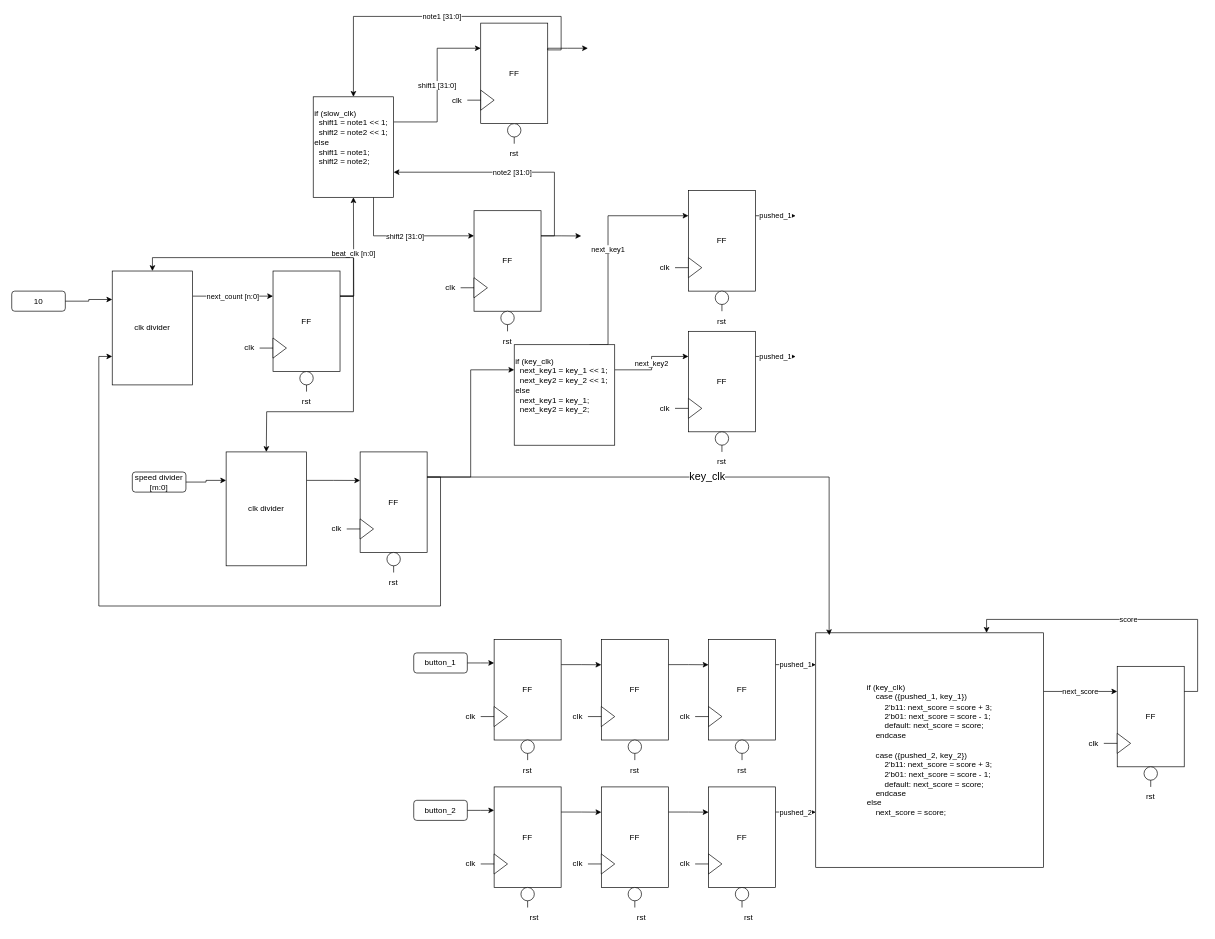
This is Untitled Diagram.drawio from chepemike25/STARS-RTL-desgin-Mike-Shresth-Claire-Jakob-w-Fahad-2.0, a draw.io file, before an edit. Source tidied: cells renumbered, new cells numbered last; positions are measured from the earlier drawing's top-left corner, leaving out a move shared by most shapes. Both pictures are drawn from the tidied source at 67%, with x=0, y=0 at pixel (11, 16).
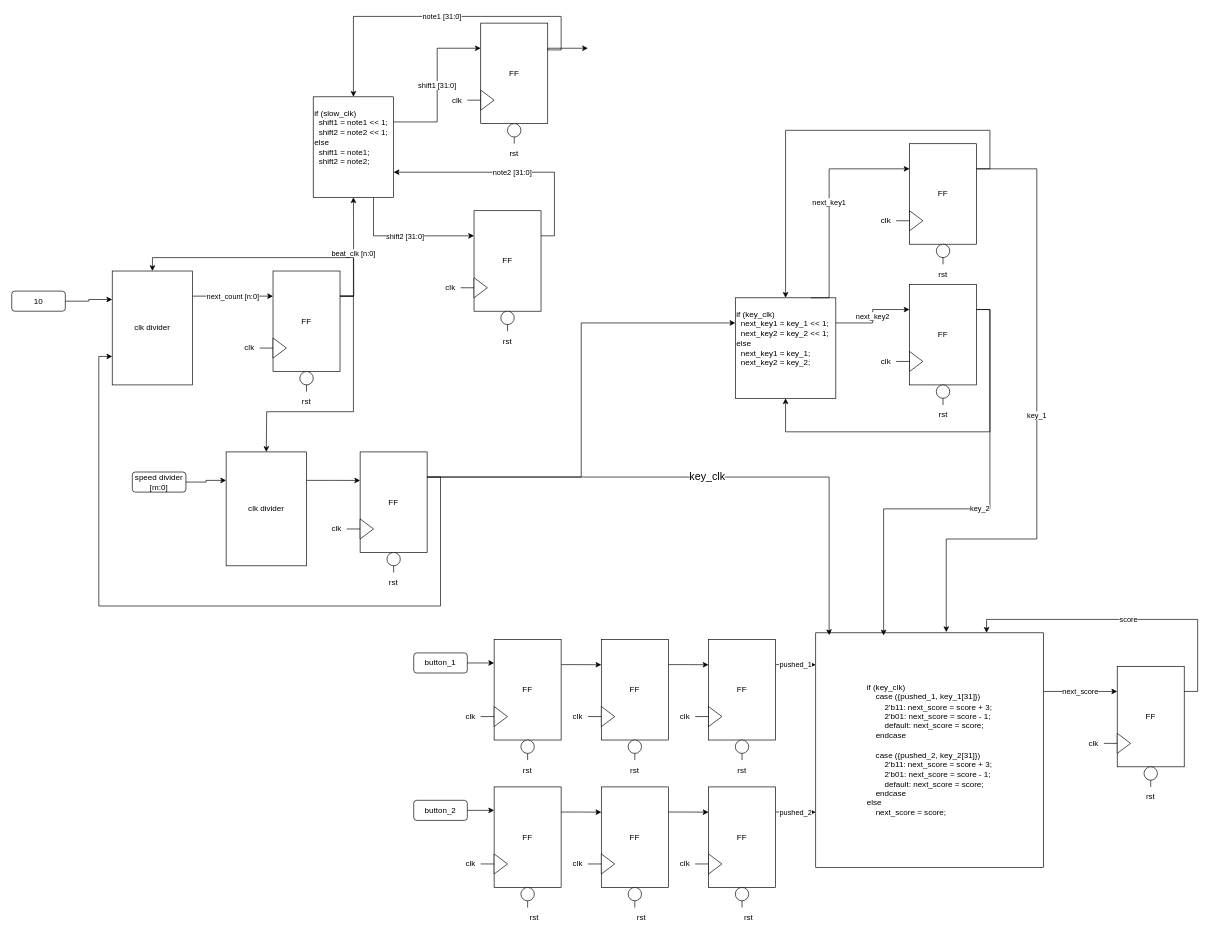
The same page after the edit.

The change refers to these unchanged cells:
```xml
<mxCell id="29" style="group;" parent="1" vertex="1">
  <mxGeometry x="640" y="290" width="150" height="210" as="geometry" />
</mxCell>
<mxCell id="31" value="FF" style="rounded=0;whiteSpace=wrap;html=1;" parent="29" vertex="1">
  <mxGeometry x="50" width="100" height="150" as="geometry" />
</mxCell>
<mxCell id="36" value="rst" style="text;html=1;strokeColor=none;fillColor=none;align=center;verticalAlign=middle;whiteSpace=wrap;rounded=0;" parent="29" vertex="1">
  <mxGeometry x="85" y="180" width="30" height="30" as="geometry" />
</mxCell>
<mxCell id="138" value="FF" style="rounded=0;whiteSpace=wrap;html=1;" parent="136" vertex="1">
  <mxGeometry x="50" width="100" height="150" as="geometry" />
</mxCell>
```

Diff of the diagram source:
```diff
@@
-    <mxCell id="30" style="edgeStyle=orthogonalEdgeStyle;rounded=0;jettySize=auto;html=1;exitX=1;exitY=0.25;exitDx=0;exitDy=0;" parent="29" edge="1" source="31">
-      <mxGeometry relative="1" as="geometry">
-        <mxPoint x="210" y="37.7" as="targetPoint" />
-      </mxGeometry>
-    </mxCell>
@@
-    <mxCell id="33" style="ellipse;whiteSpace=wrap;html=1;" parent="29" vertex="1">
-      <mxGeometry x="90" y="150" width="20" height="20" as="geometry" />
-    </mxCell>
@@
+    <mxCell id="33" style="ellipse;whiteSpace=wrap;html=1;" parent="29" vertex="1">
+      <mxGeometry x="90" y="150" width="20" height="20" as="geometry" />
+    </mxCell>
-    <mxCell id="37" style="endArrow=none;html=1;rounded=0;exitX=0.5;exitY=0;exitDx=0;exitDy=0;entryX=0.5;entryY=1;entryDx=0;entryDy=0;" parent="29" edge="1" source="36" target="33">
-      <mxGeometry relative="1" as="geometry" />
+    <mxCell id="37" style="endArrow=none;html=1;rounded=0;exitX=0.5;exitY=0;exitDx=0;exitDy=0;entryX=0.5;entryY=1;entryDx=0;entryDy=0;" parent="29" edge="1" target="33">
+      <mxGeometry relative="1" as="geometry">
+        <mxPoint x="100" y="180" as="sourcePoint" />
+      </mxGeometry>
     </mxCell>
@@
-    <mxCell id="112" value="&lt;div style=&quot;text-align: left;&quot;&gt;&lt;span style=&quot;background-color: initial;&quot;&gt;if (key_clk)&lt;/span&gt;&lt;/div&gt;&lt;div style=&quot;text-align: left;&quot;&gt;&lt;span style=&quot;background-color: initial;&quot;&gt;&lt;span style=&quot;&quot;&gt;&lt;span style=&quot;white-space: pre;&quot;&gt;&amp;nbsp;&amp;nbsp;&amp;nbsp;&amp;nbsp;&lt;/span&gt;&lt;/span&gt;case ({pushed_1, key_1})&lt;/span&gt;&lt;/div&gt;&lt;div style=&quot;text-align: left;&quot;&gt;&lt;span style=&quot;background-color: initial;&quot;&gt;&lt;span style=&quot;&quot;&gt;&lt;span style=&quot;white-space: pre;&quot;&gt;&amp;nbsp;&amp;nbsp;&amp;nbsp;&amp;nbsp;&lt;/span&gt;&lt;span style=&quot;&quot;&gt;&lt;span style=&quot;white-space: pre;&quot;&gt;&amp;nbsp;&amp;nbsp;&amp;nbsp;&amp;nbsp;&lt;/span&gt;&lt;/span&gt;2&lt;/span&gt;'b11: next_score = score + 3;&lt;br&gt;&lt;/span&gt;&lt;/div&gt;&lt;div style=&quot;text-align: left;&quot;&gt;&lt;span style=&quot;background-color: initial;&quot;&gt;&lt;span style=&quot;&quot;&gt;&lt;span style=&quot;white-space: pre;&quot;&gt;&amp;nbsp;&amp;nbsp;&amp;nbsp;&amp;nbsp;&lt;/span&gt;&lt;/span&gt;&lt;span style=&quot;&quot;&gt;&lt;span style=&quot;white-space: pre;&quot;&gt;&amp;nbsp;&amp;nbsp;&amp;nbsp;&amp;nbsp;&lt;/span&gt;&lt;/span&gt;2'b01: next_score = score - 1;&lt;br&gt;&lt;/span&gt;&lt;/div&gt;&lt;div style=&quot;text-align: left;&quot;&gt;&lt;span style=&quot;background-color: initial;&quot;&gt;&lt;span style=&quot;&quot;&gt;&lt;span style=&quot;white-space: pre;&quot;&gt;&amp;nbsp;&amp;nbsp;&amp;nbsp;&amp;nbsp;&lt;/span&gt;&lt;/span&gt;&lt;span style=&quot;&quot;&gt;&lt;span style=&quot;white-space: pre;&quot;&gt;&amp;nbsp;&amp;nbsp;&amp;nbsp;&amp;nbsp;&lt;/span&gt;&lt;/span&gt;default: next_score = score;&lt;br&gt;&lt;/span&gt;&lt;/div&gt;&lt;div style=&quot;text-align: left;&quot;&gt;&lt;span style=&quot;background-color: initial;&quot;&gt;&lt;span style=&quot;&quot;&gt;&lt;span style=&quot;white-space: pre;&quot;&gt;&amp;nbsp;&amp;nbsp;&amp;nbsp;&amp;nbsp;&lt;/span&gt;&lt;/span&gt;endcase&lt;br&gt;&lt;/span&gt;&lt;/div&gt;&lt;div style=&quot;text-align: left;&quot;&gt;&lt;span style=&quot;background-color: initial;&quot;&gt;&lt;br&gt;&lt;/span&gt;&lt;/div&gt;&lt;div style=&quot;text-align: left;&quot;&gt;&lt;div&gt;&amp;nbsp; &amp;nbsp; case ({pushed_2, key_2})&lt;span style=&quot;background-color: initial;&quot;&gt;&lt;/span&gt;&lt;/div&gt;&lt;div&gt;&lt;span style=&quot;background-color: initial;&quot;&gt;&lt;span style=&quot;&quot;&gt;&lt;span style=&quot;white-space: pre;&quot;&gt;&amp;nbsp;&amp;nbsp;&amp;nbsp;&amp;nbsp;&lt;/span&gt;&lt;span style=&quot;&quot;&gt;&lt;span style=&quot;white-space: pre;&quot;&gt;&amp;nbsp;&amp;nbsp;&amp;nbsp;&amp;nbsp;&lt;/span&gt;&lt;/span&gt;2&lt;/span&gt;'b11: next_score = score + 3;&lt;br&gt;&lt;/span&gt;&lt;/div&gt;&lt;div&gt;&lt;span style=&quot;background-color: initial;&quot;&gt;&lt;span style=&quot;&quot;&gt;&lt;span style=&quot;white-space: pre;&quot;&gt;&amp;nbsp;&amp;nbsp;&amp;nbsp;&amp;nbsp;&lt;/span&gt;&lt;/span&gt;&lt;span style=&quot;&quot;&gt;&lt;span style=&quot;white-space: pre;&quot;&gt;&amp;nbsp;&amp;nbsp;&amp;nbsp;&amp;nbsp;&lt;/span&gt;&lt;/span&gt;2'b01: next_score = score - 1;&lt;br&gt;&lt;/span&gt;&lt;/div&gt;&lt;div&gt;&lt;span style=&quot;background-color: initial;&quot;&gt;&lt;span style=&quot;&quot;&gt;&lt;span style=&quot;white-space: pre;&quot;&gt;&amp;nbsp;&amp;nbsp;&amp;nbsp;&amp;nbsp;&lt;/span&gt;&lt;/span&gt;&lt;span style=&quot;&quot;&gt;&lt;span style=&quot;white-space: pre;&quot;&gt;&amp;nbsp;&amp;nbsp;&amp;nbsp;&amp;nbsp;&lt;/span&gt;&lt;/span&gt;default: next_score = score;&lt;br&gt;&lt;/span&gt;&lt;/div&gt;&lt;div&gt;&lt;span style=&quot;background-color: initial;&quot;&gt;&lt;span style=&quot;&quot;&gt;&lt;span style=&quot;white-space: pre;&quot;&gt;&amp;nbsp;&amp;nbsp;&amp;nbsp;&amp;nbsp;&lt;/span&gt;&lt;/span&gt;endcase&lt;/span&gt;&lt;/div&gt;&lt;/div&gt;&lt;div style=&quot;text-align: left;&quot;&gt;&lt;span style=&quot;background-color: initial;&quot;&gt;else&lt;/span&gt;&lt;/div&gt;&lt;div style=&quot;text-align: left;&quot;&gt;&lt;span style=&quot;background-color: initial;&quot;&gt;&lt;span style=&quot;&quot;&gt;&lt;span style=&quot;white-space: pre;&quot;&gt;&amp;nbsp;&amp;nbsp;&amp;nbsp;&amp;nbsp;&lt;/span&gt;&lt;/span&gt;next_score = score;&lt;br&gt;&lt;/span&gt;&lt;/div&gt;" style="rounded=0;whiteSpace=wrap;html=1;" parent="1" vertex="1">
+    <mxCell id="112" value="&lt;div style=&quot;text-align: left;&quot;&gt;&lt;span style=&quot;background-color: initial;&quot;&gt;if (key_clk)&lt;/span&gt;&lt;/div&gt;&lt;div style=&quot;text-align: left;&quot;&gt;&lt;span style=&quot;background-color: initial;&quot;&gt;&lt;span style=&quot;&quot;&gt;&lt;span style=&quot;white-space: pre;&quot;&gt;&amp;nbsp;&amp;nbsp;&amp;nbsp;&amp;nbsp;&lt;/span&gt;&lt;/span&gt;case ({pushed_1, key_1[31]})&lt;/span&gt;&lt;/div&gt;&lt;div style=&quot;text-align: left;&quot;&gt;&lt;span style=&quot;background-color: initial;&quot;&gt;&lt;span style=&quot;&quot;&gt;&lt;span style=&quot;white-space: pre;&quot;&gt;&amp;nbsp;&amp;nbsp;&amp;nbsp;&amp;nbsp;&lt;/span&gt;&lt;span style=&quot;&quot;&gt;&lt;span style=&quot;white-space: pre;&quot;&gt;&amp;nbsp;&amp;nbsp;&amp;nbsp;&amp;nbsp;&lt;/span&gt;&lt;/span&gt;2&lt;/span&gt;'b11: next_score = score + 3;&lt;br&gt;&lt;/span&gt;&lt;/div&gt;&lt;div style=&quot;text-align: left;&quot;&gt;&lt;span style=&quot;background-color: initial;&quot;&gt;&lt;span style=&quot;&quot;&gt;&lt;span style=&quot;white-space: pre;&quot;&gt;&amp;nbsp;&amp;nbsp;&amp;nbsp;&amp;nbsp;&lt;/span&gt;&lt;/span&gt;&lt;span style=&quot;&quot;&gt;&lt;span style=&quot;white-space: pre;&quot;&gt;&amp;nbsp;&amp;nbsp;&amp;nbsp;&amp;nbsp;&lt;/span&gt;&lt;/span&gt;2'b01: next_score = score - 1;&lt;br&gt;&lt;/span&gt;&lt;/div&gt;&lt;div style=&quot;text-align: left;&quot;&gt;&lt;span style=&quot;background-color: initial;&quot;&gt;&lt;span style=&quot;&quot;&gt;&lt;span style=&quot;white-space: pre;&quot;&gt;&amp;nbsp;&amp;nbsp;&amp;nbsp;&amp;nbsp;&lt;/span&gt;&lt;/span&gt;&lt;span style=&quot;&quot;&gt;&lt;span style=&quot;white-space: pre;&quot;&gt;&amp;nbsp;&amp;nbsp;&amp;nbsp;&amp;nbsp;&lt;/span&gt;&lt;/span&gt;default: next_score = score;&lt;br&gt;&lt;/span&gt;&lt;/div&gt;&lt;div style=&quot;text-align: left;&quot;&gt;&lt;span style=&quot;background-color: initial;&quot;&gt;&lt;span style=&quot;&quot;&gt;&lt;span style=&quot;white-space: pre;&quot;&gt;&amp;nbsp;&amp;nbsp;&amp;nbsp;&amp;nbsp;&lt;/span&gt;&lt;/span&gt;endcase&lt;br&gt;&lt;/span&gt;&lt;/div&gt;&lt;div style=&quot;text-align: left;&quot;&gt;&lt;span style=&quot;background-color: initial;&quot;&gt;&lt;br&gt;&lt;/span&gt;&lt;/div&gt;&lt;div style=&quot;text-align: left;&quot;&gt;&lt;div&gt;&amp;nbsp; &amp;nbsp; case ({pushed_2, key_2[31]})&lt;span style=&quot;background-color: initial;&quot;&gt;&lt;/span&gt;&lt;/div&gt;&lt;div&gt;&lt;span style=&quot;background-color: initial;&quot;&gt;&lt;span style=&quot;&quot;&gt;&lt;span style=&quot;white-space: pre;&quot;&gt;&amp;nbsp;&amp;nbsp;&amp;nbsp;&amp;nbsp;&lt;/span&gt;&lt;span style=&quot;&quot;&gt;&lt;span style=&quot;white-space: pre;&quot;&gt;&amp;nbsp;&amp;nbsp;&amp;nbsp;&amp;nbsp;&lt;/span&gt;&lt;/span&gt;2&lt;/span&gt;'b11: next_score = score + 3;&lt;br&gt;&lt;/span&gt;&lt;/div&gt;&lt;div&gt;&lt;span style=&quot;background-color: initial;&quot;&gt;&lt;span style=&quot;&quot;&gt;&lt;span style=&quot;white-space: pre;&quot;&gt;&amp;nbsp;&amp;nbsp;&amp;nbsp;&amp;nbsp;&lt;/span&gt;&lt;/span&gt;&lt;span style=&quot;&quot;&gt;&lt;span style=&quot;white-space: pre;&quot;&gt;&amp;nbsp;&amp;nbsp;&amp;nbsp;&amp;nbsp;&lt;/span&gt;&lt;/span&gt;2'b01: next_score = score - 1;&lt;br&gt;&lt;/span&gt;&lt;/div&gt;&lt;div&gt;&lt;span style=&quot;background-color: initial;&quot;&gt;&lt;span style=&quot;&quot;&gt;&lt;span style=&quot;white-space: pre;&quot;&gt;&amp;nbsp;&amp;nbsp;&amp;nbsp;&amp;nbsp;&lt;/span&gt;&lt;/span&gt;&lt;span style=&quot;&quot;&gt;&lt;span style=&quot;white-space: pre;&quot;&gt;&amp;nbsp;&amp;nbsp;&amp;nbsp;&amp;nbsp;&lt;/span&gt;&lt;/span&gt;default: next_score = score;&lt;br&gt;&lt;/span&gt;&lt;/div&gt;&lt;div&gt;&lt;span style=&quot;background-color: initial;&quot;&gt;&lt;span style=&quot;&quot;&gt;&lt;span style=&quot;white-space: pre;&quot;&gt;&amp;nbsp;&amp;nbsp;&amp;nbsp;&amp;nbsp;&lt;/span&gt;&lt;/span&gt;endcase&lt;/span&gt;&lt;/div&gt;&lt;/div&gt;&lt;div style=&quot;text-align: left;&quot;&gt;&lt;span style=&quot;background-color: initial;&quot;&gt;else&lt;/span&gt;&lt;/div&gt;&lt;div style=&quot;text-align: left;&quot;&gt;&lt;span style=&quot;background-color: initial;&quot;&gt;&lt;span style=&quot;&quot;&gt;&lt;span style=&quot;white-space: pre;&quot;&gt;&amp;nbsp;&amp;nbsp;&amp;nbsp;&amp;nbsp;&lt;/span&gt;&lt;/span&gt;next_score = score;&lt;br&gt;&lt;/span&gt;&lt;/div&gt;" style="rounded=0;whiteSpace=wrap;html=1;" parent="1" vertex="1">
       <mxGeometry x="1200" y="920" width="340" height="350" as="geometry" />
     </mxCell>
@@
-    <mxCell id="123" value="next_key2" style="edgeStyle=orthogonalEdgeStyle;rounded=0;jettySize=auto;html=1;exitX=1;exitY=0.25;exitDx=0;exitDy=0;entryX=0;entryY=0.25;entryDx=0;entryDy=0;" parent="1" edge="1" source="125" target="129">
-      <mxGeometry relative="1" as="geometry" />
-    </mxCell>
-    <mxCell id="124" value="next_key1" style="edgeStyle=orthogonalEdgeStyle;rounded=0;jettySize=auto;html=1;exitX=0.75;exitY=0;exitDx=0;exitDy=0;entryX=0;entryY=0.25;entryDx=0;entryDy=0;" parent="1" edge="1" source="125" target="138">
-      <mxGeometry relative="1" as="geometry">
-        <Array as="points">
-          <mxPoint x="890" y="490" />
-          <mxPoint x="890" y="298" />
-        </Array>
-      </mxGeometry>
-    </mxCell>
-    <mxCell id="125" value="&lt;div align=&quot;left&quot;&gt;if (key_clk)&lt;/div&gt;&lt;div align=&quot;left&quot;&gt;&amp;nbsp; next_key1 = key_1 &amp;lt;&amp;lt; 1;&lt;/div&gt;&lt;div align=&quot;left&quot;&gt;&amp;nbsp; next_key2 = key_2 &amp;lt;&amp;lt; 1;&lt;/div&gt;&lt;div align=&quot;left&quot;&gt;else&lt;/div&gt;&lt;div align=&quot;left&quot;&gt;&amp;nbsp; next_key1 = key_1;&lt;/div&gt;&lt;div align=&quot;left&quot;&gt;&amp;nbsp; next_key2 = key_2;&lt;br&gt;&lt;/div&gt;&lt;div align=&quot;left&quot;&gt;&lt;br&gt;&lt;/div&gt;&lt;div align=&quot;left&quot;&gt;&lt;br&gt;&lt;/div&gt;" style="rounded=0;whiteSpace=wrap;html=1;align=left;" parent="1" vertex="1">
-      <mxGeometry x="750" y="490" width="150" height="150" as="geometry" />
-    </mxCell>
@@
     <mxCell id="127" style="group;" parent="1" vertex="1">
-      <mxGeometry x="960" y="470" width="150" height="210" as="geometry" />
+      <mxGeometry x="960" y="470" width="320" height="210" as="geometry" />
     </mxCell>
-    <mxCell id="128" value="pushed_1" style="edgeStyle=orthogonalEdgeStyle;rounded=0;jettySize=auto;html=1;exitX=1;exitY=0.25;exitDx=0;exitDy=0;" parent="127" edge="1" source="129">
-      <mxGeometry relative="1" as="geometry">
-        <mxPoint x="210" y="37.7" as="targetPoint" />
-      </mxGeometry>
-    </mxCell>
+    <mxCell id="123" value="next_key2" style="edgeStyle=orthogonalEdgeStyle;rounded=0;jettySize=auto;html=1;exitX=1;exitY=0.25;exitDx=0;exitDy=0;entryX=0;entryY=0.25;entryDx=0;entryDy=0;" parent="127" edge="1" source="125" target="129">
+      <mxGeometry relative="1" as="geometry" />
+    </mxCell>
+    <mxCell id="125" value="&lt;div align=&quot;left&quot;&gt;if (key_clk)&lt;/div&gt;&lt;div align=&quot;left&quot;&gt;&amp;nbsp; next_key1 = key_1 &amp;lt;&amp;lt; 1;&lt;/div&gt;&lt;div align=&quot;left&quot;&gt;&amp;nbsp; next_key2 = key_2 &amp;lt;&amp;lt; 1;&lt;/div&gt;&lt;div align=&quot;left&quot;&gt;else&lt;/div&gt;&lt;div align=&quot;left&quot;&gt;&amp;nbsp; next_key1 = key_1;&lt;/div&gt;&lt;div align=&quot;left&quot;&gt;&amp;nbsp; next_key2 = key_2;&lt;br&gt;&lt;/div&gt;&lt;div align=&quot;left&quot;&gt;&lt;br&gt;&lt;/div&gt;&lt;div align=&quot;left&quot;&gt;&lt;br&gt;&lt;/div&gt;" style="rounded=0;whiteSpace=wrap;html=1;align=left;" parent="127" vertex="1">
+      <mxGeometry x="120" y="-50" width="150" height="150" as="geometry" />
+    </mxCell>
+    <mxCell id="145" style="edgeStyle=orthogonalEdgeStyle;rounded=0;jettySize=auto;html=1;exitX=1;exitY=0.25;exitDx=0;exitDy=0;entryX=0.5;entryY=1;entryDx=0;entryDy=0;" parent="127" edge="1" source="129" target="125">
+      <mxGeometry relative="1" as="geometry">
+        <Array as="points">
+          <mxPoint x="500" y="-32" />
+          <mxPoint x="500" y="150" />
+          <mxPoint x="195" y="150" />
+        </Array>
+      </mxGeometry>
+    </mxCell>
     <mxCell id="129" value="FF" style="rounded=0;whiteSpace=wrap;html=1;" parent="127" vertex="1">
-      <mxGeometry x="50" width="100" height="150" as="geometry" />
+      <mxGeometry x="380" y="-70" width="100" height="150" as="geometry" />
     </mxCell>
     <mxCell id="130" style="triangle;whiteSpace=wrap;html=1;" parent="127" vertex="1">
-      <mxGeometry x="50" y="100" width="20" height="30" as="geometry" />
+      <mxGeometry x="380" y="30" width="20" height="30" as="geometry" />
     </mxCell>
     <mxCell id="131" style="ellipse;whiteSpace=wrap;html=1;" parent="127" vertex="1">
-      <mxGeometry x="90" y="150" width="20" height="20" as="geometry" />
+      <mxGeometry x="420" y="80" width="20" height="20" as="geometry" />
     </mxCell>
     <mxCell id="132" style="endArrow=none;html=1;rounded=0;exitX=0;exitY=0.5;exitDx=0;exitDy=0;" parent="127" edge="1" source="130">
       <mxGeometry relative="1" as="geometry">
-        <mxPoint x="30" y="115" as="targetPoint" />
+        <mxPoint x="360" y="45" as="targetPoint" />
       </mxGeometry>
     </mxCell>
     <mxCell id="133" value="clk" style="text;html=1;strokeColor=none;fillColor=none;align=center;verticalAlign=middle;whiteSpace=wrap;rounded=0;" parent="127" vertex="1">
-      <mxGeometry y="100" width="30" height="30" as="geometry" />
+      <mxGeometry x="330" y="30" width="30" height="30" as="geometry" />
     </mxCell>
-    <mxCell id="134" value="rst" style="text;html=1;strokeColor=none;fillColor=none;align=center;verticalAlign=middle;whiteSpace=wrap;rounded=0;" parent="127" vertex="1">
-      <mxGeometry x="85" y="180" width="30" height="30" as="geometry" />
-    </mxCell>
-    <mxCell id="135" style="endArrow=none;html=1;rounded=0;exitX=0.5;exitY=0;exitDx=0;exitDy=0;entryX=0.5;entryY=1;entryDx=0;entryDy=0;" parent="127" edge="1" source="134" target="131">
-      <mxGeometry relative="1" as="geometry" />
+    <mxCell id="135" style="endArrow=none;html=1;rounded=0;exitX=0.5;exitY=0;exitDx=0;exitDy=0;entryX=0.5;entryY=1;entryDx=0;entryDy=0;" parent="127" edge="1" target="131">
+      <mxGeometry relative="1" as="geometry">
+        <mxPoint x="430" y="110" as="sourcePoint" />
+      </mxGeometry>
     </mxCell>
-    <mxCell id="136" style="group;" parent="1" vertex="1">
-      <mxGeometry x="960" y="260" width="150" height="210" as="geometry" />
+    <mxCell id="136" style="group;" parent="127" vertex="1">
+      <mxGeometry x="330" y="-280" width="150" height="210" as="geometry" />
     </mxCell>
-    <mxCell id="137" value="pushed_1" style="edgeStyle=orthogonalEdgeStyle;rounded=0;jettySize=auto;html=1;exitX=1;exitY=0.25;exitDx=0;exitDy=0;" parent="136" edge="1" source="138">
-      <mxGeometry relative="1" as="geometry">
-        <mxPoint x="210" y="37.7" as="targetPoint" />
-      </mxGeometry>
-    </mxCell>
@@
+    <mxCell id="124" value="next_key1" style="edgeStyle=orthogonalEdgeStyle;rounded=0;jettySize=auto;html=1;exitX=0.75;exitY=0;exitDx=0;exitDy=0;entryX=0;entryY=0.25;entryDx=0;entryDy=0;" parent="127" edge="1" source="125" target="138">
+      <mxGeometry relative="1" as="geometry">
+        <Array as="points">
+          <mxPoint x="260" y="-50" />
+          <mxPoint x="260" y="-242" />
+        </Array>
+      </mxGeometry>
+    </mxCell>
+    <mxCell id="146" style="edgeStyle=orthogonalEdgeStyle;rounded=0;jettySize=auto;html=1;exitX=1;exitY=0.25;exitDx=0;exitDy=0;entryX=0.5;entryY=0;entryDx=0;entryDy=0;" parent="127" edge="1" source="138" target="125">
+      <mxGeometry relative="1" as="geometry">
+        <Array as="points">
+          <mxPoint x="500" y="-242" />
+          <mxPoint x="500" y="-300" />
+          <mxPoint x="195" y="-300" />
+        </Array>
+      </mxGeometry>
+    </mxCell>
+    <mxCell id="137" value="key_1" style="edgeStyle=orthogonalEdgeStyle;rounded=0;jettySize=auto;html=1;exitX=1;exitY=0.25;exitDx=0;exitDy=0;entryX=0.573;entryY=-0.003;entryDx=0;entryDy=0;entryPerimeter=0;" parent="1" edge="1" source="138" target="112">
+      <mxGeometry relative="1" as="geometry">
+        <Array as="points">
+          <mxPoint x="1530" y="227" />
+          <mxPoint x="1530" y="780" />
+          <mxPoint x="1395" y="780" />
+        </Array>
+      </mxGeometry>
+    </mxCell>
+    <mxCell id="128" value="key_2" style="edgeStyle=orthogonalEdgeStyle;rounded=0;jettySize=auto;html=1;exitX=1;exitY=0.25;exitDx=0;exitDy=0;entryX=0.298;entryY=0.011;entryDx=0;entryDy=0;entryPerimeter=0;" parent="1" edge="1" source="129" target="112">
+      <mxGeometry relative="1" as="geometry" />
+    </mxCell>
+    <mxCell id="134" value="rst" style="text;html=1;align=center;verticalAlign=middle;points=[];strokeColor=none;fillColor=none;" parent="1" vertex="1">
+      <mxGeometry x="1370" y="580" width="40" height="30" as="geometry" />
+    </mxCell>
```
